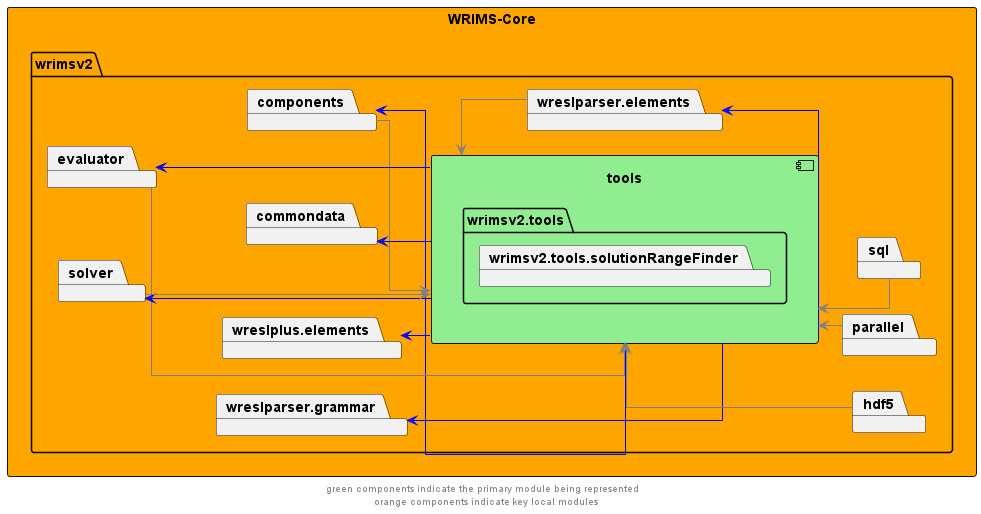
This is docs/diagrams/wrims-core/wrims-core_tools.png from CentralValleyModeling/wrims, a PlantUML export, as it was before one commit.
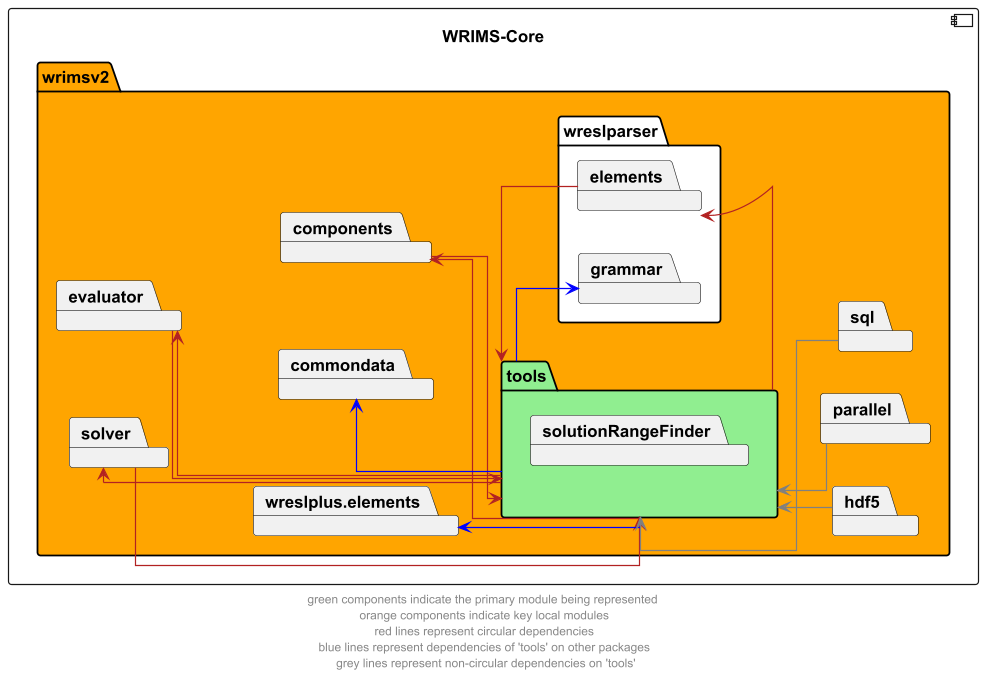
After the change.

What changed in the source:
```diff
@@ -2,21 +2,19 @@
 left to right direction
 skinparam linetype ortho
 
-rectangle wrims_core as "WRIMS-Core" #orange {
-        package wrimsv2{
-            package tools {
-                component tools #lightgreen {
-                    package wrimsv2.tools{
-                        package wrimsv2.tools.solutionRangeFinder
-                    }
-                }
+component wrims_core as "WRIMS-Core" {
+        package wrimsv2 #orange {
+            package tools #lightgreen {
+                package solutionRangeFinder
             }
         package commondata
         package components
         package evaluator
         package solver
-        package wreslparser.elements
-        package wreslparser.grammar
+        package wreslparser #white {
+            package elements
+            package grammar
+        }
         package wreslplus.elements
 
         package hdf5
@@ -25,17 +23,17 @@
     }
 }
 
-tools -u->  components #blue
-components -->  tools #grey
-tools -l->  evaluator #blue
-evaluator -->  tools #grey
-tools -u->  solver #blue
-solver -->  tools #grey
-tools -r->  wreslparser.elements #blue
-wreslparser.elements -l->  tools #grey
+tools -u->  components #firebrick
+components -->  tools #firebrick
+tools -l->  evaluator #firebrick
+evaluator -->  tools #firebrick
+tools -u->  solver #firebrick
+solver -->  tools #firebrick
+tools -r->  elements #firebrick
+elements -l->  tools #firebrick
 
 tools -u->  commondata #blue
-tools -u-> wreslparser.grammar #blue
+tools -u-> grammar #blue
 tools -u-> wreslplus.elements #blue
 
 hdf5 -u->  tools #grey
@@ -45,5 +43,5 @@
 components -u[hidden]-> evaluator
 commondata -u[hidden]-> solver
 
-footer "green components indicate the primary module being represented \n orange components indicate key local modules"
+footer "green components indicate the primary module being represented \n orange components indicate key local modules \n red lines represent circular dependencies \n blue lines represent dependencies of 'tools' on other packages \n grey lines represent non-circular dependencies on 'tools'"
 @enduml
```
